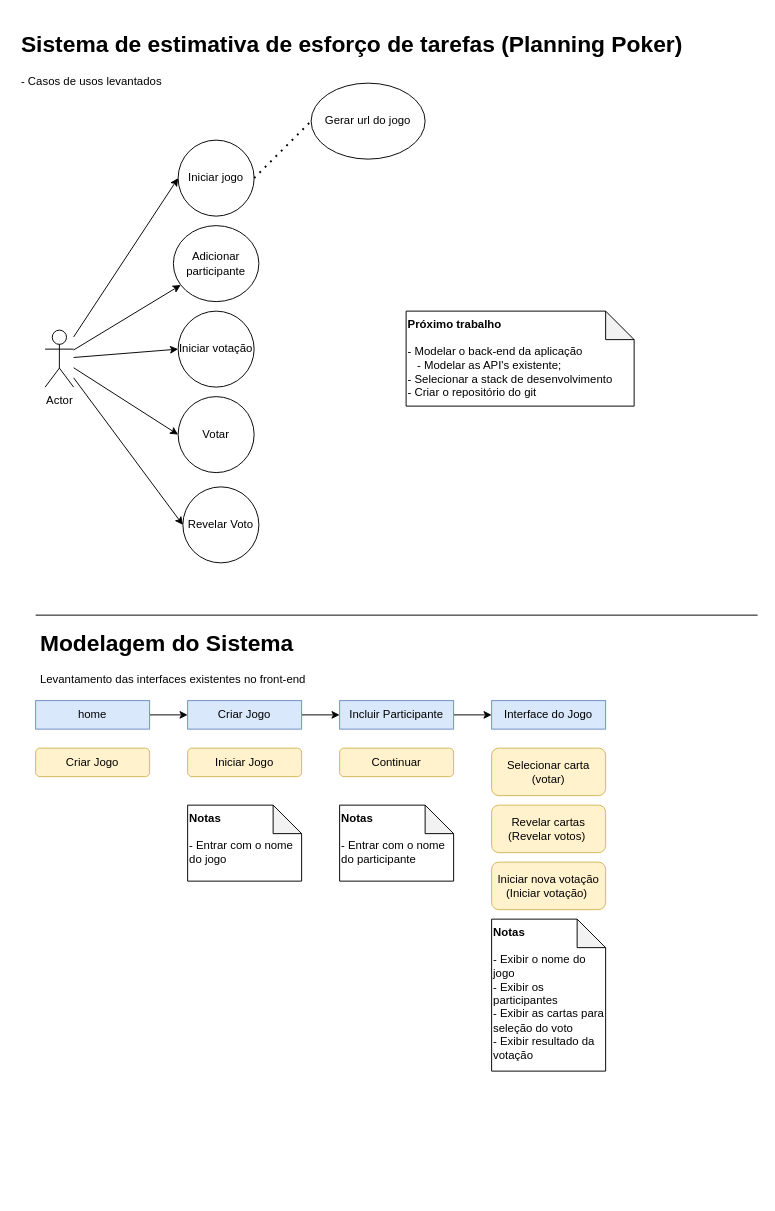
Above: docs/diagrama.drawio in LucasRe1s/planning-poker (draw.io), before the change. Source tidied: cells renumbered, new cells numbered last; positions are measured from the earlier drawing's top-left corner, leaving out a move shared by most shapes. Both pictures are drawn from the tidied source at 95%, with x=0, y=0 at pixel (16, 26).
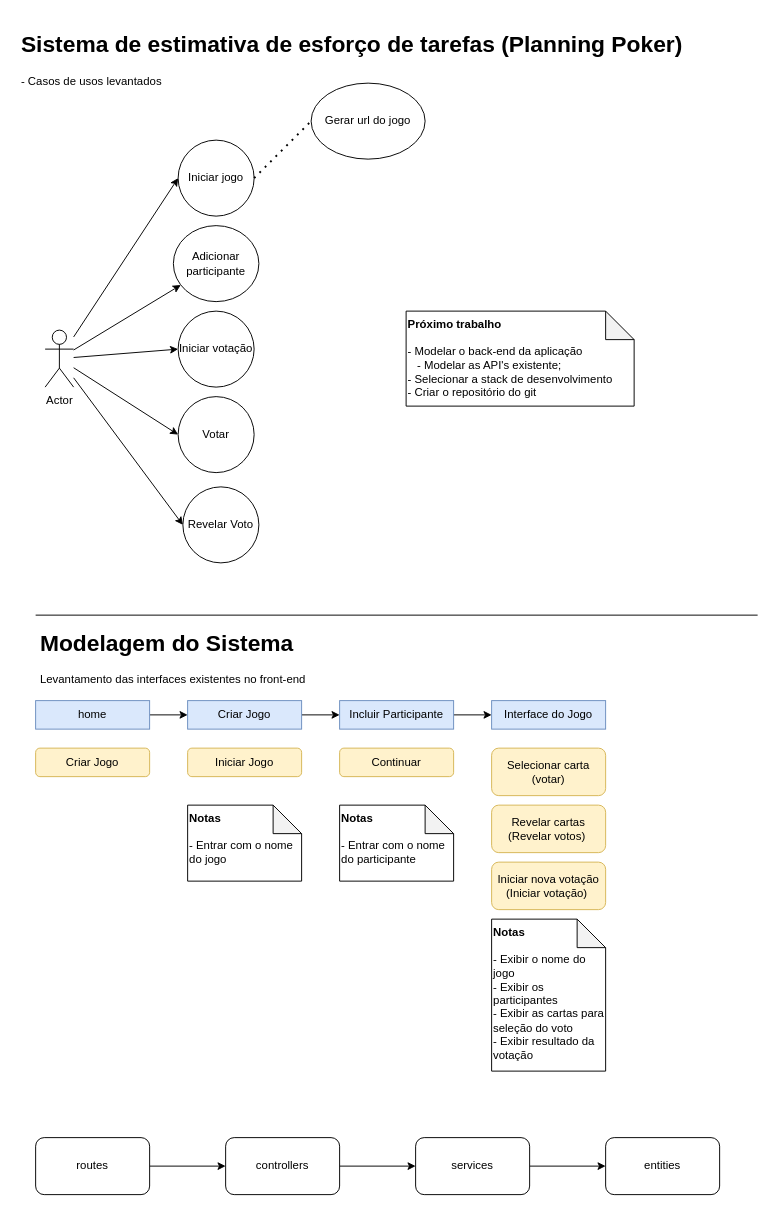
The same diagram, later.

Commit message:
docs: add design code

Diff of the diagram source:
```diff
@@
+    <mxCell id="35" style="edgeStyle=none;html=1;" parent="1" edge="1" source="36" target="38">
+      <mxGeometry relative="1" as="geometry" />
+    </mxCell>
+    <mxCell id="36" value="routes" style="rounded=1;whiteSpace=wrap;html=1;" parent="1" vertex="1">
+      <mxGeometry x="20" y="1170" width="120" height="60" as="geometry" />
+    </mxCell>
+    <mxCell id="37" style="edgeStyle=none;html=1;" parent="1" edge="1" source="38" target="40">
+      <mxGeometry relative="1" as="geometry" />
+    </mxCell>
+    <mxCell id="38" value="controllers" style="rounded=1;whiteSpace=wrap;html=1;" parent="1" vertex="1">
+      <mxGeometry x="220" y="1170" width="120" height="60" as="geometry" />
+    </mxCell>
+    <mxCell id="39" style="edgeStyle=none;html=1;" parent="1" edge="1" source="40" target="41">
+      <mxGeometry relative="1" as="geometry" />
+    </mxCell>
+    <mxCell id="40" value="services" style="rounded=1;whiteSpace=wrap;html=1;" parent="1" vertex="1">
+      <mxGeometry x="420" y="1170" width="120" height="60" as="geometry" />
+    </mxCell>
+    <mxCell id="41" value="entities" style="rounded=1;whiteSpace=wrap;html=1;" parent="1" vertex="1">
+      <mxGeometry x="620" y="1170" width="120" height="60" as="geometry" />
+    </mxCell>
```
